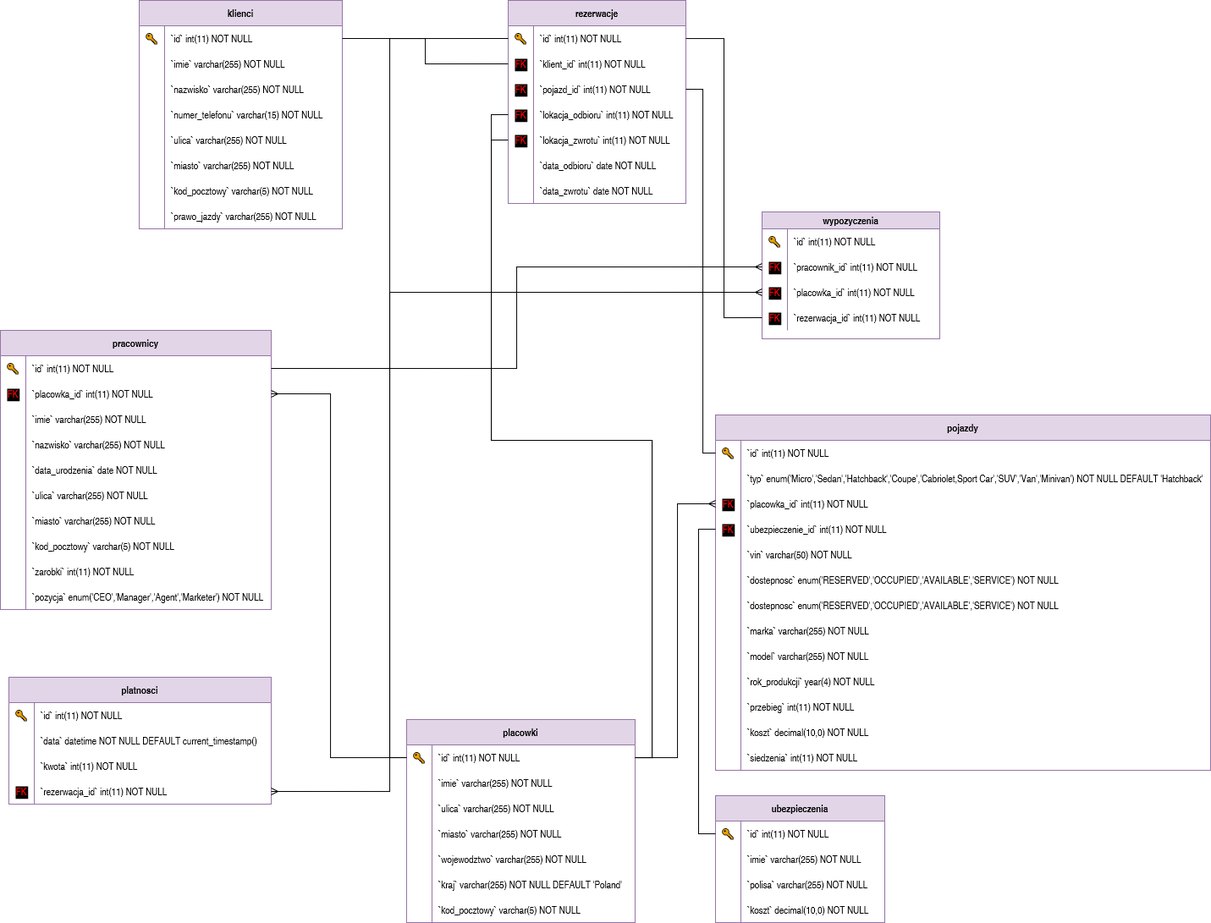
Above: erd.png in mcschoolaccount/car-sharing (draw.io), before the change. Source tidied: cells renumbered, new cells last; positions are measured from the earlier drawing's top-left corner, leaving out a move shared by most shapes.
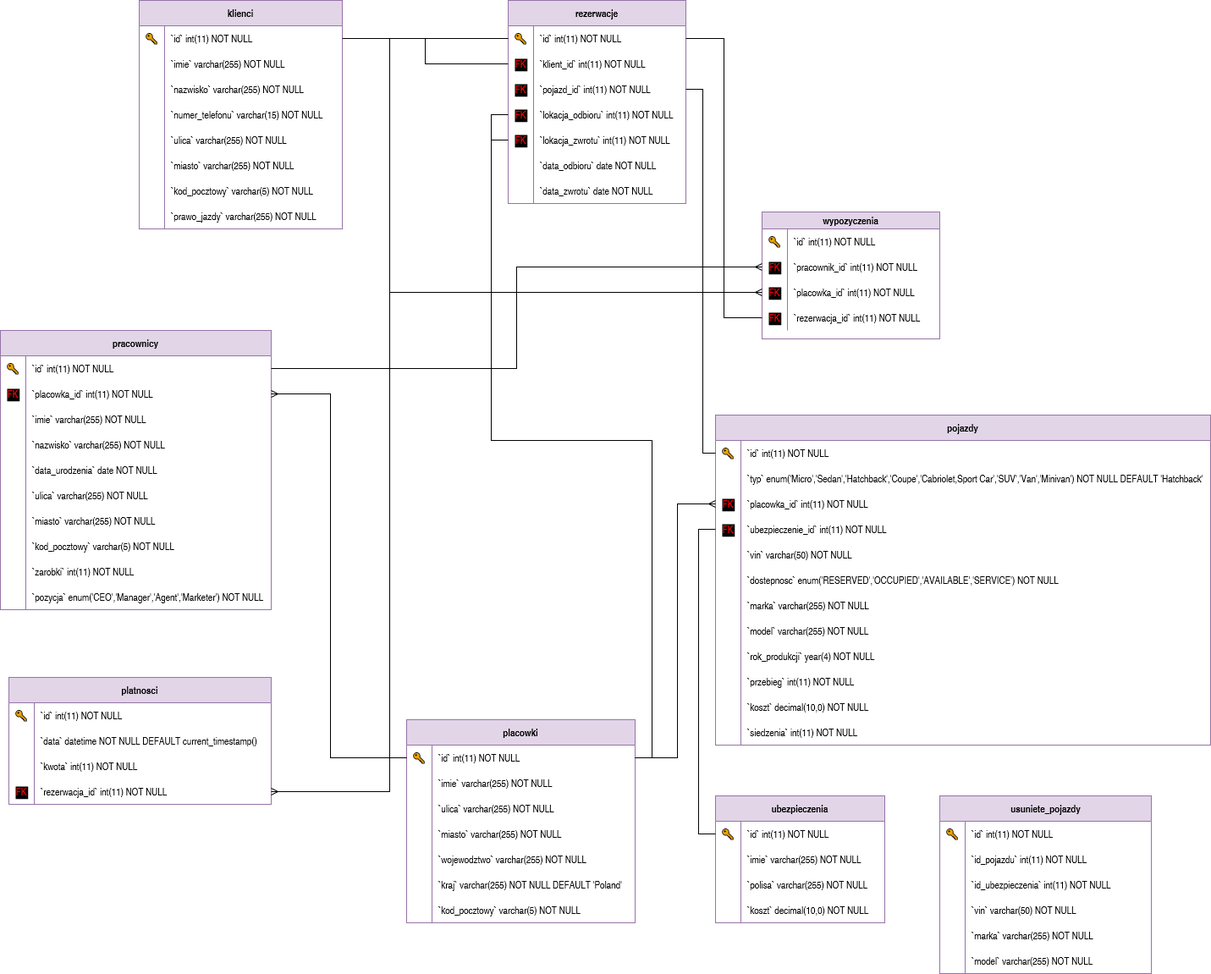
The same diagram one commit later.

What changed in the source:
```diff
@@ -183,7 +183,7 @@
       <mxGeometry x="30" width="280" height="30" as="geometry" />
     </mxCell>
     <mxCell id="62" value="pojazdy" style="shape=table;startSize=30;rowLines=0;fontStyle=1;align=center;fillColor=#e1d5e7;strokeColor=#9673a6;" parent="1" vertex="1">
-      <mxGeometry x="845" y="490" width="585" height="420" as="geometry" />
+      <mxGeometry x="845" y="490" width="585" height="390" as="geometry" />
     </mxCell>
     <mxCell id="63" style="shape=tableRow;horizontal=0;startSize=0;swimlaneHead=0;swimlaneBody=0;fillColor=none;points=[[0,0.5],[1,0.5]];portConstraint=eastwest;strokeColor=inherit;top=0;left=0;right=0;bottom=0;" parent="62" vertex="1">
       <mxGeometry y="30" width="585" height="30" as="geometry" />
@@ -230,17 +230,8 @@
     <mxCell id="77" value="`vin` varchar(50) NOT NULL" style="shape=partialRectangle;overflow=hidden;fillColor=none;align=left;strokeColor=inherit;top=0;left=0;bottom=0;right=0;spacingLeft=6;" parent="75" vertex="1">
       <mxGeometry x="30" width="555" height="30" as="geometry" />
     </mxCell>
-    <mxCell id="78" style="shape=tableRow;horizontal=0;startSize=0;swimlaneHead=0;swimlaneBody=0;fillColor=none;strokeColor=inherit;top=0;left=0;right=0;bottom=0;" parent="62" vertex="1">
-      <mxGeometry y="180" width="585" height="30" as="geometry" />
-    </mxCell>
-    <mxCell id="79" style="shape=partialRectangle;overflow=hidden;fillColor=none;strokeColor=inherit;top=0;left=0;bottom=0;right=0;" parent="78" vertex="1">
-      <mxGeometry width="30" height="30" as="geometry" />
-    </mxCell>
-    <mxCell id="80" value="`dostepnosc` enum('RESERVED','OCCUPIED','AVAILABLE','SERVICE') NOT NULL" style="shape=partialRectangle;overflow=hidden;fillColor=none;align=left;strokeColor=inherit;top=0;left=0;bottom=0;right=0;spacingLeft=6;" parent="78" vertex="1">
-      <mxGeometry x="30" width="555" height="30" as="geometry" />
-    </mxCell>
     <mxCell id="81" style="shape=tableRow;horizontal=0;startSize=0;swimlaneHead=0;swimlaneBody=0;fillColor=none;strokeColor=inherit;top=0;left=0;right=0;bottom=0;" parent="62" vertex="1">
-      <mxGeometry y="210" width="585" height="30" as="geometry" />
+      <mxGeometry y="180" width="585" height="30" as="geometry" />
     </mxCell>
     <mxCell id="82" style="shape=partialRectangle;overflow=hidden;fillColor=none;strokeColor=inherit;top=0;left=0;bottom=0;right=0;" parent="81" vertex="1">
       <mxGeometry width="30" height="30" as="geometry" />
@@ -249,7 +240,7 @@
       <mxGeometry x="30" width="555" height="30" as="geometry" />
     </mxCell>
     <mxCell id="84" style="shape=tableRow;horizontal=0;startSize=0;swimlaneHead=0;swimlaneBody=0;fillColor=none;strokeColor=inherit;top=0;left=0;right=0;bottom=0;" parent="62" vertex="1">
-      <mxGeometry y="240" width="585" height="30" as="geometry" />
+      <mxGeometry y="210" width="585" height="30" as="geometry" />
     </mxCell>
     <mxCell id="85" style="shape=partialRectangle;overflow=hidden;fillColor=none;strokeColor=inherit;top=0;left=0;bottom=0;right=0;" parent="84" vertex="1">
       <mxGeometry width="30" height="30" as="geometry" />
@@ -258,7 +249,7 @@
       <mxGeometry x="30" width="555" height="30" as="geometry" />
     </mxCell>
     <mxCell id="87" style="shape=tableRow;horizontal=0;startSize=0;swimlaneHead=0;swimlaneBody=0;fillColor=none;strokeColor=inherit;top=0;left=0;right=0;bottom=0;" parent="62" vertex="1">
-      <mxGeometry y="270" width="585" height="30" as="geometry" />
+      <mxGeometry y="240" width="585" height="30" as="geometry" />
     </mxCell>
     <mxCell id="88" style="shape=partialRectangle;overflow=hidden;fillColor=none;strokeColor=inherit;top=0;left=0;bottom=0;right=0;" parent="87" vertex="1">
       <mxGeometry width="30" height="30" as="geometry" />
@@ -267,7 +258,7 @@
       <mxGeometry x="30" width="555" height="30" as="geometry" />
     </mxCell>
     <mxCell id="90" style="shape=tableRow;horizontal=0;startSize=0;swimlaneHead=0;swimlaneBody=0;fillColor=none;strokeColor=inherit;top=0;left=0;right=0;bottom=0;" parent="62" vertex="1">
-      <mxGeometry y="300" width="585" height="30" as="geometry" />
+      <mxGeometry y="270" width="585" height="30" as="geometry" />
     </mxCell>
     <mxCell id="91" style="shape=partialRectangle;overflow=hidden;fillColor=none;strokeColor=inherit;top=0;left=0;bottom=0;right=0;" parent="90" vertex="1">
       <mxGeometry width="30" height="30" as="geometry" />
@@ -276,7 +267,7 @@
       <mxGeometry x="30" width="555" height="30" as="geometry" />
     </mxCell>
     <mxCell id="93" style="shape=tableRow;horizontal=0;startSize=0;swimlaneHead=0;swimlaneBody=0;fillColor=none;strokeColor=inherit;top=0;left=0;right=0;bottom=0;" parent="62" vertex="1">
-      <mxGeometry y="330" width="585" height="30" as="geometry" />
+      <mxGeometry y="300" width="585" height="30" as="geometry" />
     </mxCell>
     <mxCell id="94" style="shape=partialRectangle;overflow=hidden;fillColor=none;strokeColor=inherit;top=0;left=0;bottom=0;right=0;" parent="93" vertex="1">
       <mxGeometry width="30" height="30" as="geometry" />
@@ -285,7 +276,7 @@
       <mxGeometry x="30" width="555" height="30" as="geometry" />
     </mxCell>
     <mxCell id="96" style="shape=tableRow;horizontal=0;startSize=0;swimlaneHead=0;swimlaneBody=0;fillColor=none;strokeColor=inherit;top=0;left=0;right=0;bottom=0;" parent="62" vertex="1">
-      <mxGeometry y="360" width="585" height="30" as="geometry" />
+      <mxGeometry y="330" width="585" height="30" as="geometry" />
     </mxCell>
     <mxCell id="97" style="shape=partialRectangle;overflow=hidden;fillColor=none;strokeColor=inherit;top=0;left=0;bottom=0;right=0;" parent="96" vertex="1">
       <mxGeometry width="30" height="30" as="geometry" />
@@ -294,7 +285,7 @@
       <mxGeometry x="30" width="555" height="30" as="geometry" />
     </mxCell>
     <mxCell id="99" style="shape=tableRow;horizontal=0;startSize=0;swimlaneHead=0;swimlaneBody=0;fillColor=none;strokeColor=inherit;top=0;left=0;right=0;bottom=0;" parent="62" vertex="1">
-      <mxGeometry y="390" width="585" height="30" as="geometry" />
+      <mxGeometry y="360" width="585" height="30" as="geometry" />
     </mxCell>
     <mxCell id="100" style="shape=partialRectangle;overflow=hidden;fillColor=none;strokeColor=inherit;top=0;left=0;bottom=0;right=0;" parent="99" vertex="1">
       <mxGeometry width="30" height="30" as="geometry" />
@@ -606,5 +597,62 @@
         </Array>
       </mxGeometry>
     </mxCell>
+    <mxCell id="192" value="usuniete_pojazdy" style="shape=table;startSize=30;rowLines=0;fontStyle=1;align=center;html=1;fillColor=#e1d5e7;strokeColor=#9673a6;" parent="1" vertex="1">
+      <mxGeometry x="1110" y="940" width="250" height="210" as="geometry" />
+    </mxCell>
+    <mxCell id="193" style="shape=tableRow;horizontal=0;startSize=0;swimlaneHead=0;swimlaneBody=0;fillColor=none;top=0;left=0;right=0;bottom=0;" parent="192" vertex="1">
+      <mxGeometry y="30" width="250" height="30" as="geometry" />
+    </mxCell>
+    <mxCell id="194" value="🔑" style="shape=partialRectangle;fillColor=none;top=0;left=0;bottom=0;right=0;overflow=hidden;whiteSpace=wrap;html=1;" parent="193" vertex="1">
+      <mxGeometry width="30" height="30" as="geometry" />
+    </mxCell>
+    <mxCell id="195" value="`id` int(11) NOT NULL" style="shape=partialRectangle;fillColor=none;top=0;left=0;bottom=0;right=0;align=left;spacingLeft=6;overflow=hidden;whiteSpace=wrap;html=1;" parent="193" vertex="1">
+      <mxGeometry x="30" width="220" height="30" as="geometry" />
+    </mxCell>
+    <mxCell id="196" style="shape=tableRow;horizontal=0;startSize=0;swimlaneHead=0;swimlaneBody=0;fillColor=none;top=0;left=0;right=0;bottom=0;" parent="192" vertex="1">
+      <mxGeometry y="60" width="250" height="30" as="geometry" />
+    </mxCell>
+    <mxCell id="197" style="shape=partialRectangle;fillColor=none;top=0;left=0;bottom=0;right=0;overflow=hidden;whiteSpace=wrap;html=1;" parent="196" vertex="1">
+      <mxGeometry width="30" height="30" as="geometry" />
+    </mxCell>
+    <mxCell id="198" value="`id_pojazdu` int(11) NOT NULL" style="shape=partialRectangle;fillColor=none;top=0;left=0;bottom=0;right=0;align=left;spacingLeft=6;overflow=hidden;whiteSpace=wrap;html=1;" parent="196" vertex="1">
+      <mxGeometry x="30" width="220" height="30" as="geometry" />
+    </mxCell>
+    <mxCell id="199" style="shape=tableRow;horizontal=0;startSize=0;swimlaneHead=0;swimlaneBody=0;fillColor=none;top=0;left=0;right=0;bottom=0;" parent="192" vertex="1">
+      <mxGeometry y="90" width="250" height="30" as="geometry" />
+    </mxCell>
+    <mxCell id="200" style="shape=partialRectangle;fillColor=none;top=0;left=0;bottom=0;right=0;overflow=hidden;whiteSpace=wrap;html=1;" parent="199" vertex="1">
+      <mxGeometry width="30" height="30" as="geometry" />
+    </mxCell>
+    <mxCell id="201" value="`id_ubezpieczenia` int(11) NOT NULL" style="shape=partialRectangle;fillColor=none;top=0;left=0;bottom=0;right=0;align=left;spacingLeft=6;overflow=hidden;whiteSpace=wrap;html=1;" parent="199" vertex="1">
+      <mxGeometry x="30" width="220" height="30" as="geometry" />
+    </mxCell>
+    <mxCell id="202" style="shape=tableRow;horizontal=0;startSize=0;swimlaneHead=0;swimlaneBody=0;fillColor=none;top=0;left=0;right=0;bottom=0;" parent="192" vertex="1">
+      <mxGeometry y="120" width="250" height="30" as="geometry" />
+    </mxCell>
+    <mxCell id="203" style="shape=partialRectangle;fillColor=none;top=0;left=0;bottom=0;right=0;overflow=hidden;whiteSpace=wrap;html=1;" parent="202" vertex="1">
+      <mxGeometry width="30" height="30" as="geometry" />
+    </mxCell>
+    <mxCell id="204" value="`vin` varchar(50) NOT NULL " style="shape=partialRectangle;fillColor=none;top=0;left=0;bottom=0;right=0;align=left;spacingLeft=6;overflow=hidden;whiteSpace=wrap;html=1;" parent="202" vertex="1">
+      <mxGeometry x="30" width="220" height="30" as="geometry" />
+    </mxCell>
+    <mxCell id="205" style="shape=tableRow;horizontal=0;startSize=0;swimlaneHead=0;swimlaneBody=0;fillColor=none;top=0;left=0;right=0;bottom=0;" parent="192" vertex="1">
+      <mxGeometry y="150" width="250" height="30" as="geometry" />
+    </mxCell>
+    <mxCell id="206" style="shape=partialRectangle;fillColor=none;top=0;left=0;bottom=0;right=0;overflow=hidden;whiteSpace=wrap;html=1;" parent="205" vertex="1">
+      <mxGeometry width="30" height="30" as="geometry" />
+    </mxCell>
+    <mxCell id="207" value="`marka` varchar(255) NOT NULL" style="shape=partialRectangle;fillColor=none;top=0;left=0;bottom=0;right=0;align=left;spacingLeft=6;overflow=hidden;whiteSpace=wrap;html=1;" parent="205" vertex="1">
+      <mxGeometry x="30" width="220" height="30" as="geometry" />
+    </mxCell>
+    <mxCell id="208" style="shape=tableRow;horizontal=0;startSize=0;swimlaneHead=0;swimlaneBody=0;fillColor=none;top=0;left=0;right=0;bottom=0;" parent="192" vertex="1">
+      <mxGeometry y="180" width="250" height="30" as="geometry" />
+    </mxCell>
+    <mxCell id="209" style="shape=partialRectangle;fillColor=none;top=0;left=0;bottom=0;right=0;overflow=hidden;whiteSpace=wrap;html=1;" parent="208" vertex="1">
+      <mxGeometry width="30" height="30" as="geometry" />
+    </mxCell>
+    <mxCell id="210" value="`model` varchar(255) NOT NULL" style="shape=partialRectangle;fillColor=none;top=0;left=0;bottom=0;right=0;align=left;spacingLeft=6;overflow=hidden;whiteSpace=wrap;html=1;" parent="208" vertex="1">
+      <mxGeometry x="30" width="220" height="30" as="geometry" />
+    </mxCell>
   </root>
 </mxGraphModel>
```
